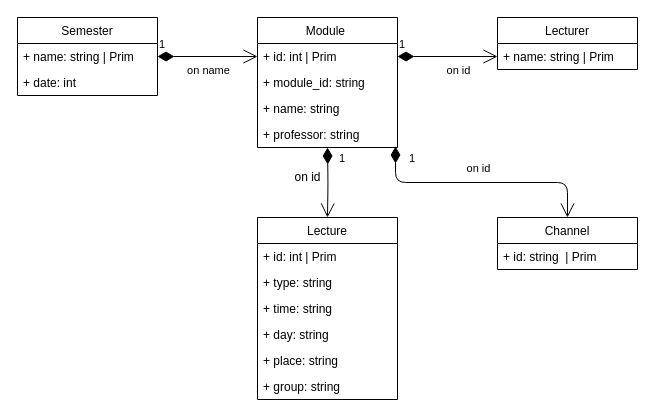
Earlier version of the draw.io diagram model/db.drawio (scorixear/lecture-scraper). Source tidied: cells renumbered, new cells numbered last; positions are measured from the earlier drawing's top-left corner, leaving out a move shared by most shapes. Both pictures are drawn from the tidied source at 100%, with x=0, y=0 at pixel (17, 17).
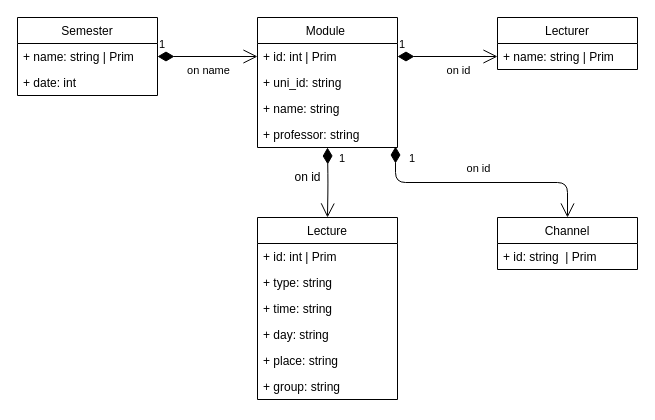
Above is the later version.

The change refers to these unchanged cells:
```xml
<mxCell id="5" value="Module " style="swimlane;fontStyle=0;horizontal=1;startSize=26;fillColor=none;" parent="1" vertex="1">
  <mxGeometry x="240" width="140" height="130" as="geometry" />
</mxCell>
```

The edit, as a diff of the source:
```diff
@@
-    <mxCell id="7" value="+ module_id: string" style="text;strokeColor=none;fillColor=none;align=left;verticalAlign=top;spacingLeft=4;spacingRight=4;overflow=hidden;" parent="5" vertex="1">
+    <mxCell id="7" value="+ uni_id: string" style="text;strokeColor=none;fillColor=none;align=left;verticalAlign=top;spacingLeft=4;spacingRight=4;overflow=hidden;" parent="5" vertex="1">
       <mxGeometry y="52" width="140" height="26" as="geometry" />
     </mxCell>
```
